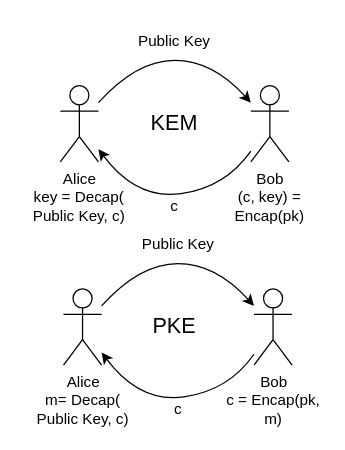
Above: presentation/assets/KEMvsPKE.drawio in nicosrm/25-cry-spqr (draw.io), before the change. Source tidied: cells renumbered, new cells numbered last; positions are measured from the earlier drawing's top-left corner, leaving out a move shared by most shapes. Both pictures are drawn from the tidied source at 127%, with x=0, y=0 at pixel (22, 22).
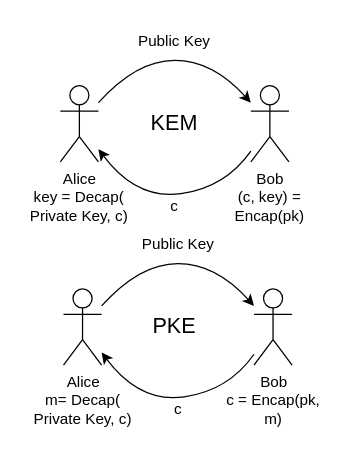
The same page after the edit.

Commit message (it also covers changes not shown here):
feat: Bilder aktualisiert

Diff of the diagram source:
```diff
@@
-    <mxCell id="9" value="key = Decap( Public Key, c)" style="text;html=1;whiteSpace=wrap;strokeColor=none;fillColor=none;align=center;verticalAlign=middle;rounded=0;" parent="1" vertex="1">
+    <mxCell id="9" value="key = Decap( Private&amp;nbsp;Key, c)" style="text;html=1;whiteSpace=wrap;strokeColor=none;fillColor=none;align=center;verticalAlign=middle;rounded=0;" parent="1" vertex="1">
       <mxGeometry y="130" width="90" height="30" as="geometry" />
     </mxCell>
@@
-    <mxCell id="17" value="m= Decap( Public Key, c)" style="text;html=1;whiteSpace=wrap;strokeColor=none;fillColor=none;align=center;verticalAlign=middle;rounded=0;" parent="1" vertex="1">
+    <mxCell id="17" value="m= Decap( Private Key, c)" style="text;html=1;whiteSpace=wrap;strokeColor=none;fillColor=none;align=center;verticalAlign=middle;rounded=0;" parent="1" vertex="1">
       <mxGeometry x="2.5" y="290" width="90" height="30" as="geometry" />
     </mxCell>
```
